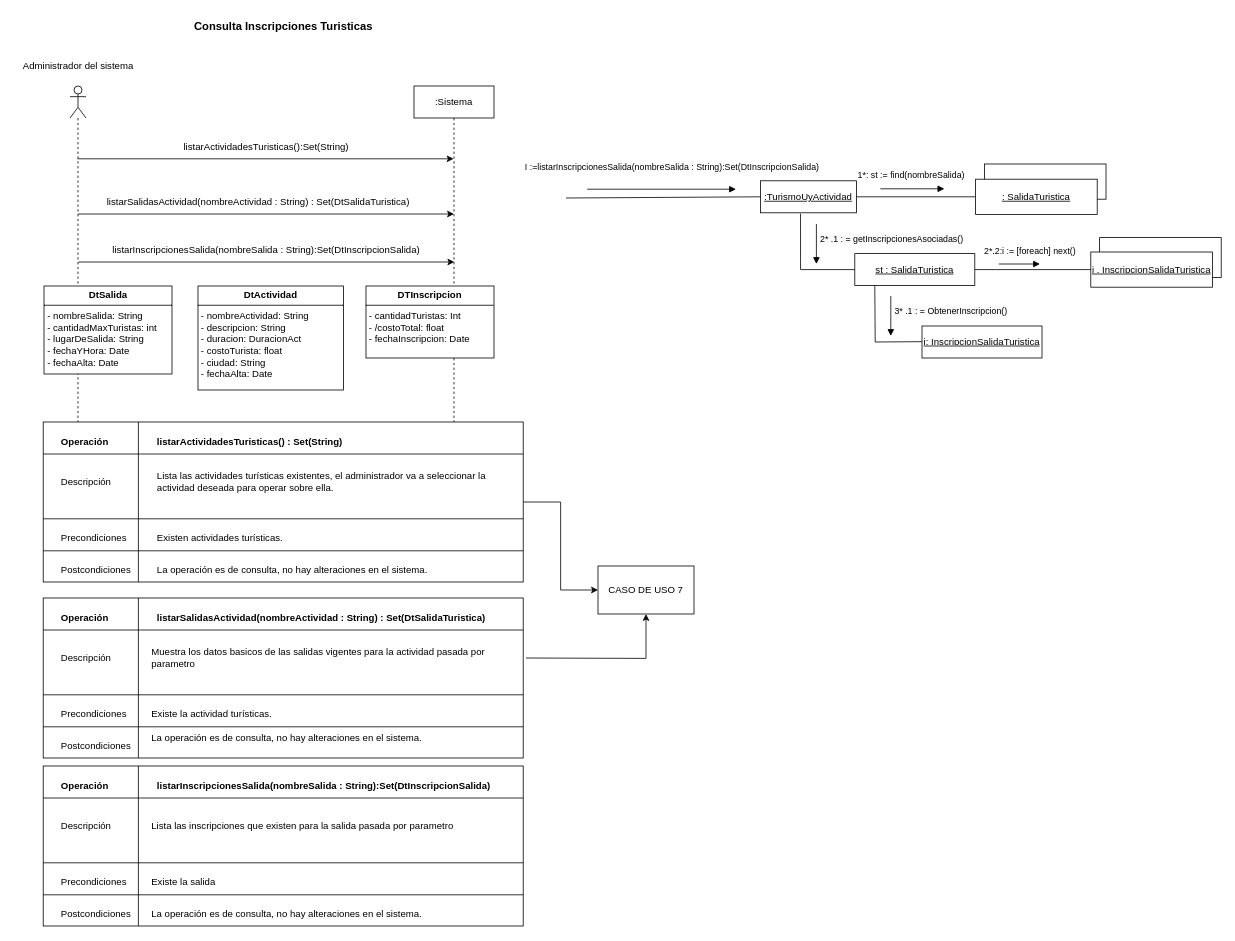
Before: page "CU9_ConsultaInscripcionesTuristicas" (10 of 12) of resources/Tarea1.drawio in rofernandezm/Tencnoinf_Pap2025_Tarea1, a draw.io diagram. Source tidied: cells renumbered, new cells numbered last; positions are measured from the earlier drawing's top-left corner, leaving out a move shared by most shapes. Both pictures are drawn from the tidied source at 80%, with x=0, y=0 at pixel (14, 14).
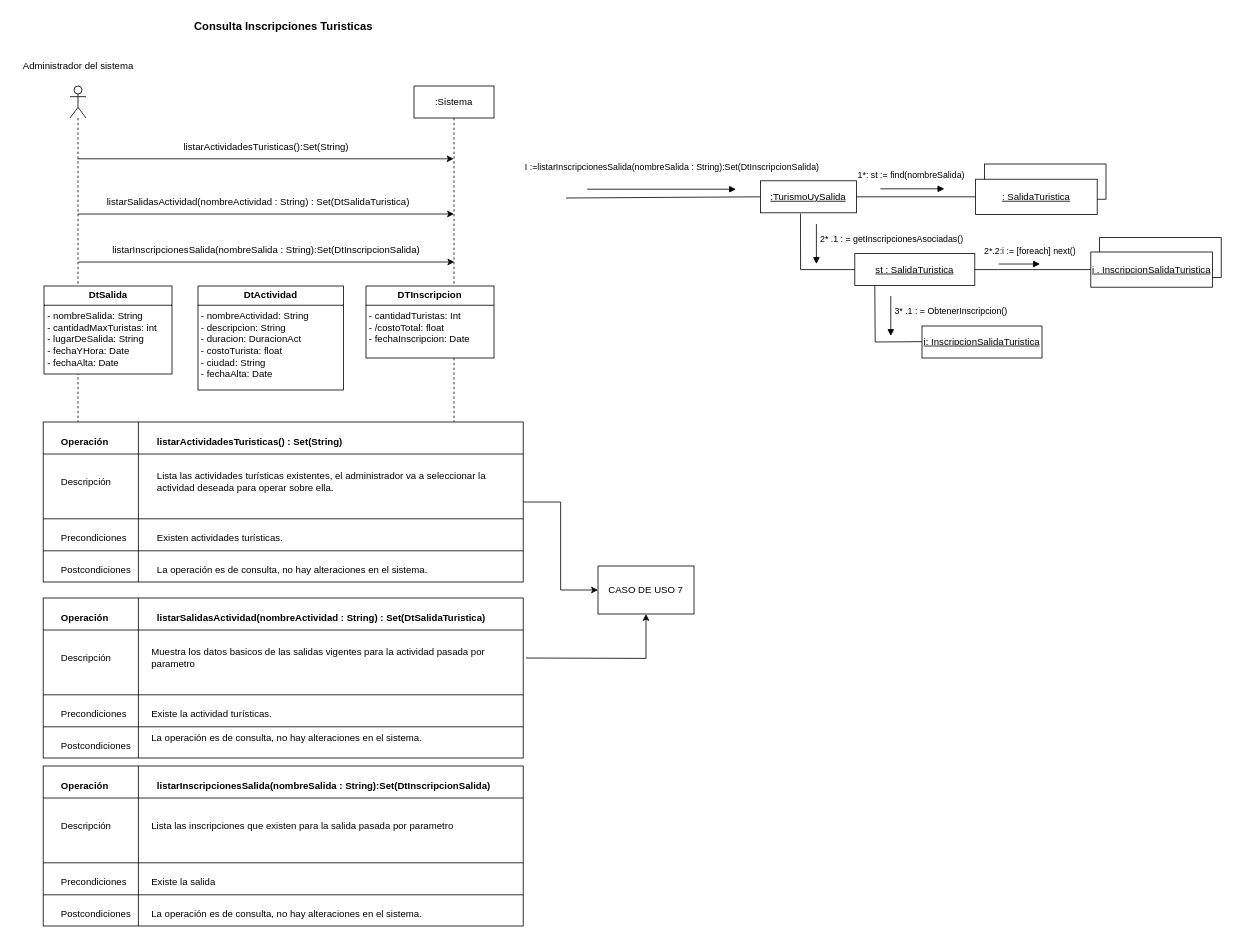
The same diagram, later.

Change to the diagram source:
```diff
@@
-    <mxCell id="56" value="&lt;u&gt;:TurismoUyActividad&lt;/u&gt;" style="html=1;whiteSpace=wrap;" parent="1" vertex="1">
+    <mxCell id="56" value="&lt;u&gt;:TurismoUySalida&lt;/u&gt;" style="html=1;whiteSpace=wrap;" parent="1" vertex="1">
       <mxGeometry x="933" y="208.5" width="120" height="40" as="geometry" />
     </mxCell>
```
